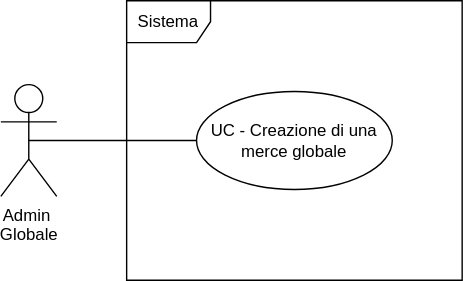
Above: assets/diagrams/UC49.svg in alimitedgroup/alimitedgroup.github.io (draw.io), before the change. Source tidied: cells renumbered, new cells last; positions are measured from the earlier drawing's top-left corner, leaving out a move shared by most shapes.
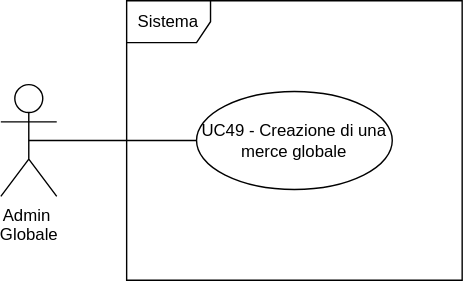
Later version of the same file.

What changed in the source:
```diff
@@ -8,7 +8,7 @@
     <mxCell id="3" value="Sistema" style="shape=umlFrame;whiteSpace=wrap;html=1;" parent="1" vertex="1">
       <mxGeometry x="90" width="240" height="200" as="geometry" />
     </mxCell>
-    <mxCell id="4" value="UC - Creazione di una merce globale" style="ellipse;whiteSpace=wrap;html=1;" parent="1" vertex="1">
+    <mxCell id="4" value="UC49 - Creazione di una merce globale" style="ellipse;whiteSpace=wrap;html=1;" parent="1" vertex="1">
       <mxGeometry x="140" y="65" width="140" height="70" as="geometry" />
     </mxCell>
     <mxCell id="5" style="endArrow=none;html=1;rounded=0;fontSize=12;startSize=8;endSize=8;curved=1;exitX=0.5;exitY=0.5;exitDx=0;exitDy=0;exitPerimeter=0;entryX=0;entryY=0.5;entryDx=0;entryDy=0;" parent="1" edge="1" source="2" target="4">
```
